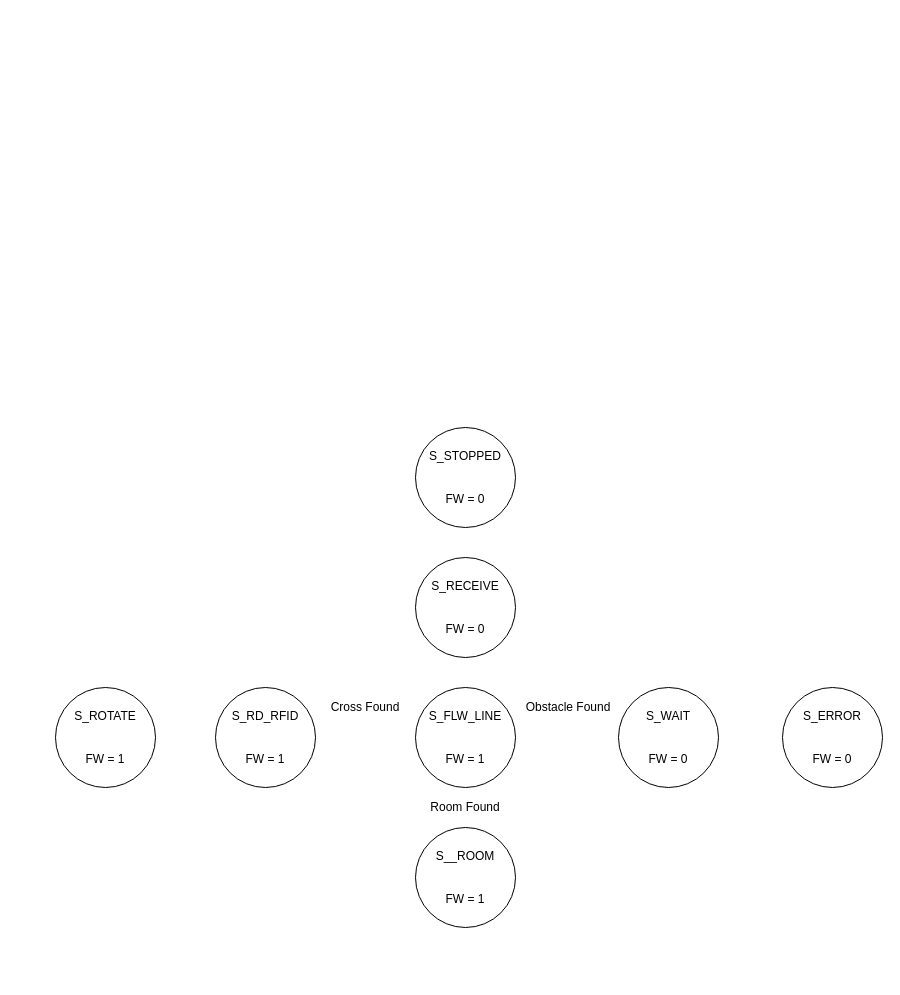
This is page "FSM" (2 of 2) of 03Flowcharts/System_Diagram.drawio from LPI-2020/DWR-19, a draw.io file, before an edit. Source tidied: cells renumbered, new cells numbered last; positions are measured from the earlier drawing's top-left corner, leaving out a move shared by most shapes. Both pictures are drawn from the tidied source at 100%, with x=0, y=0 at pixel (55, 427).
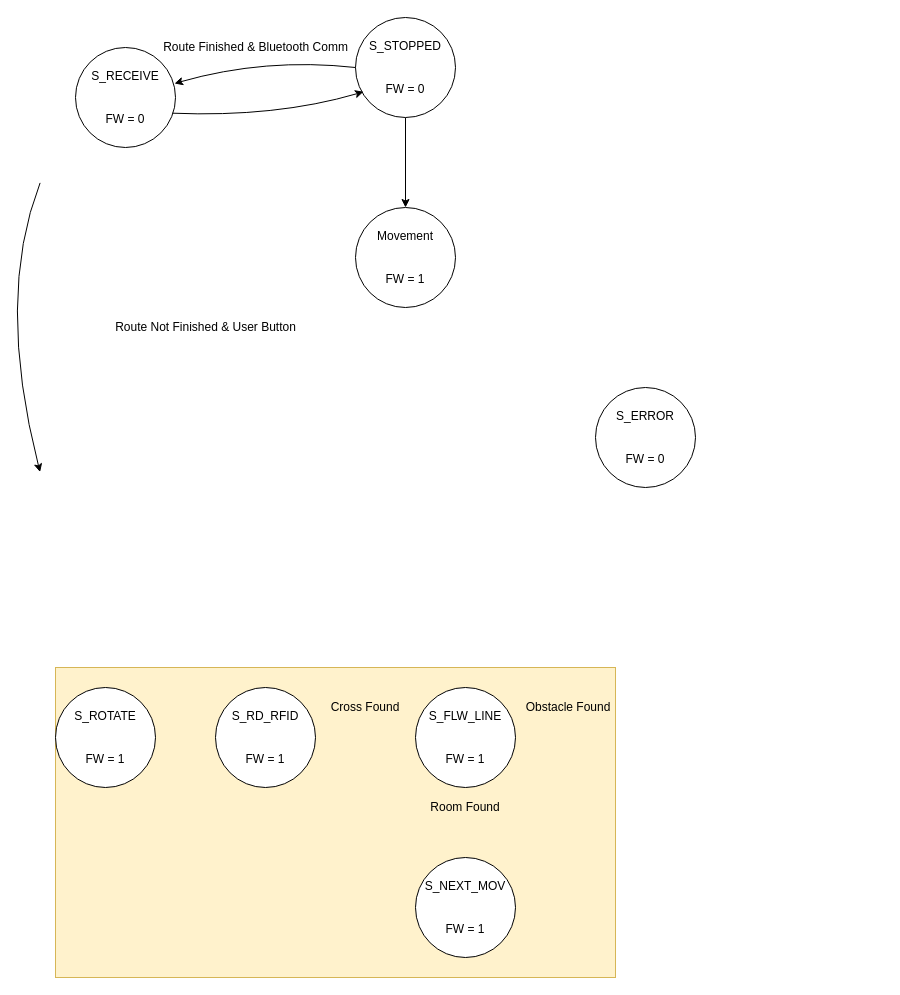
After the change.

Diff of the diagram source:
```diff
@@
+    <mxCell id="13" style="rounded=0;whiteSpace=wrap;html=1;fillColor=#fff2cc;strokeColor=#d6b656;" parent="1" vertex="1">
+      <mxGeometry y="240" width="560" height="310" as="geometry" />
+    </mxCell>
@@
+    <mxCell id="14" style="edgeStyle=orthogonalEdgeStyle;rounded=0;jettySize=auto;html=1;exitX=0.5;exitY=1;exitDx=0;exitDy=0;entryX=0.5;entryY=0;entryDx=0;entryDy=0;" parent="1" edge="1" source="3" target="18">
+      <mxGeometry relative="1" as="geometry" />
+    </mxCell>
     <mxCell id="3" value="S_STOPPED&lt;br&gt;&lt;br&gt;&lt;br&gt;FW = 0" style="ellipse;whiteSpace=wrap;html=1;" parent="1" vertex="1">
-      <mxGeometry x="360" width="100" height="100" as="geometry" />
+      <mxGeometry x="300" y="-410" width="100" height="100" as="geometry" />
     </mxCell>
-    <mxCell id="4" value="S_WAIT&lt;br&gt;&lt;br&gt;&lt;br&gt;FW = 0" style="ellipse;whiteSpace=wrap;html=1;" parent="1" vertex="1">
-      <mxGeometry x="563" y="260" width="100" height="100" as="geometry" />
-    </mxCell>
     <mxCell id="5" value="S_ERROR&lt;br&gt;&lt;br&gt;&lt;br&gt;FW = 0" style="ellipse;whiteSpace=wrap;html=1;" parent="1" vertex="1">
-      <mxGeometry x="727" y="260" width="100" height="100" as="geometry" />
+      <mxGeometry x="540" y="-40" width="100" height="100" as="geometry" />
     </mxCell>
     <mxCell id="6" value="S_RECEIVE&lt;br&gt;&lt;br&gt;&lt;br&gt;FW = 0" style="ellipse;whiteSpace=wrap;html=1;" parent="1" vertex="1">
-      <mxGeometry x="360" y="130" width="100" height="100" as="geometry" />
+      <mxGeometry x="20" y="-380" width="100" height="100" as="geometry" />
     </mxCell>
@@
-    <mxCell id="9" value="S__ROOM&lt;br&gt;&lt;br&gt;&lt;br&gt;FW = 1" style="ellipse;whiteSpace=wrap;html=1;" parent="1" vertex="1">
-      <mxGeometry x="360" y="400" width="100" height="100" as="geometry" />
-    </mxCell>
@@
+    <mxCell id="15" value="S_NEXT_MOV&lt;br&gt;&lt;br&gt;&lt;br&gt;FW = 1" style="ellipse;whiteSpace=wrap;html=1;" parent="1" vertex="1">
+      <mxGeometry x="360" y="430" width="100" height="100" as="geometry" />
+    </mxCell>
+    <mxCell id="16" value="Route Finished &amp;amp; Bluetooth Comm" style="text;html=1;align=center;verticalAlign=middle;" parent="1" vertex="1">
+      <mxGeometry x="100" y="-390" width="200" height="20" as="geometry" />
+    </mxCell>
+    <mxCell id="17" value="Route Not Finished &amp;amp; User Button" style="text;html=1;align=center;verticalAlign=middle;" parent="1" vertex="1">
+      <mxGeometry x="50" y="-110" width="200" height="20" as="geometry" />
+    </mxCell>
+    <mxCell id="18" value="Movement&lt;br&gt;&lt;br&gt;&lt;br&gt;FW = 1" style="ellipse;whiteSpace=wrap;html=1;" parent="1" vertex="1">
+      <mxGeometry x="300" y="-220" width="100" height="100" as="geometry" />
+    </mxCell>
+    <mxCell id="19" style="curved=1;endArrow=classic;html=1;exitX=0;exitY=1;exitDx=0;exitDy=0;entryX=0;entryY=0;entryDx=0;entryDy=0;" parent="1" edge="1">
+      <mxGeometry relative="1" as="geometry">
+        <mxPoint x="-15.4" y="-244.6" as="sourcePoint" />
+        <mxPoint x="-15.4" y="44.6" as="targetPoint" />
+        <Array as="points">
+          <mxPoint x="-60" y="-130" />
+        </Array>
+      </mxGeometry>
+    </mxCell>
+    <mxCell id="20" style="curved=1;endArrow=classic;html=1;exitX=0;exitY=0.5;exitDx=0;exitDy=0;entryX=0.99;entryY=0.36;entryDx=0;entryDy=0;entryPerimeter=0;" parent="1" edge="1" source="3" target="6">
+      <mxGeometry relative="1" as="geometry">
+        <Array as="points">
+          <mxPoint x="210" y="-370" />
+        </Array>
+      </mxGeometry>
+    </mxCell>
+    <mxCell id="21" style="curved=1;endArrow=classic;html=1;exitX=0.969;exitY=0.657;exitDx=0;exitDy=0;entryX=0.08;entryY=0.743;entryDx=0;entryDy=0;exitPerimeter=0;entryPerimeter=0;" parent="1" edge="1" source="6" target="3">
+      <mxGeometry relative="1" as="geometry">
+        <Array as="points">
+          <mxPoint x="220" y="-310" />
+        </Array>
+      </mxGeometry>
+    </mxCell>
```
